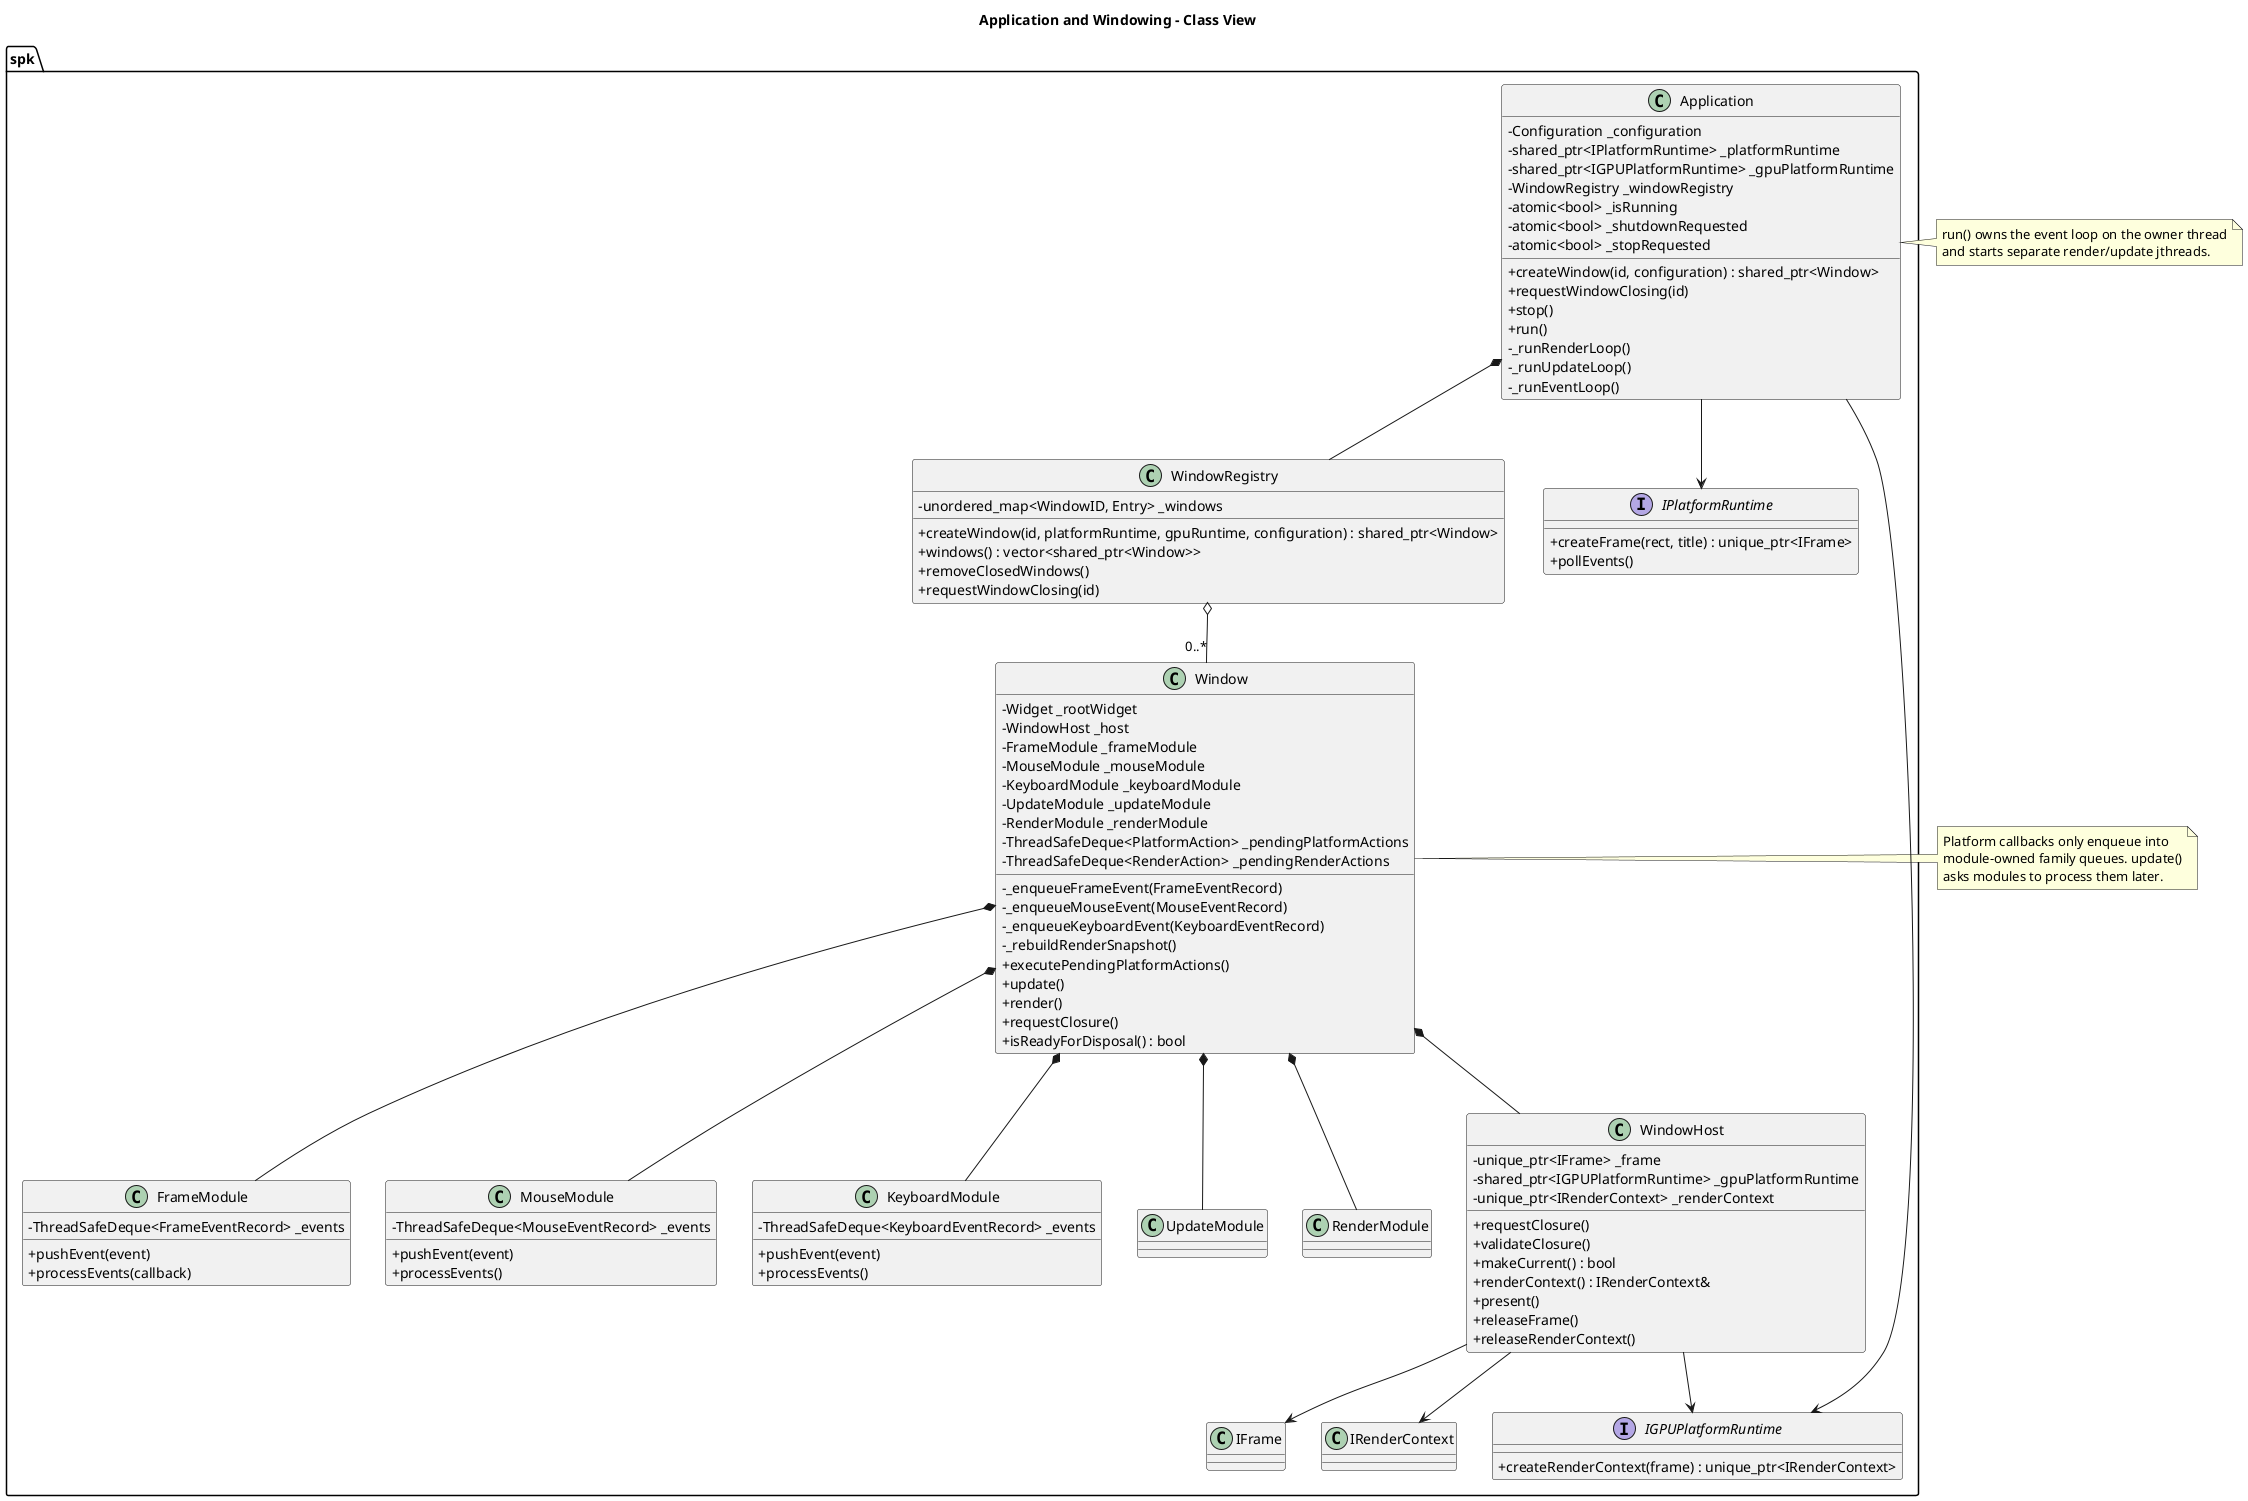
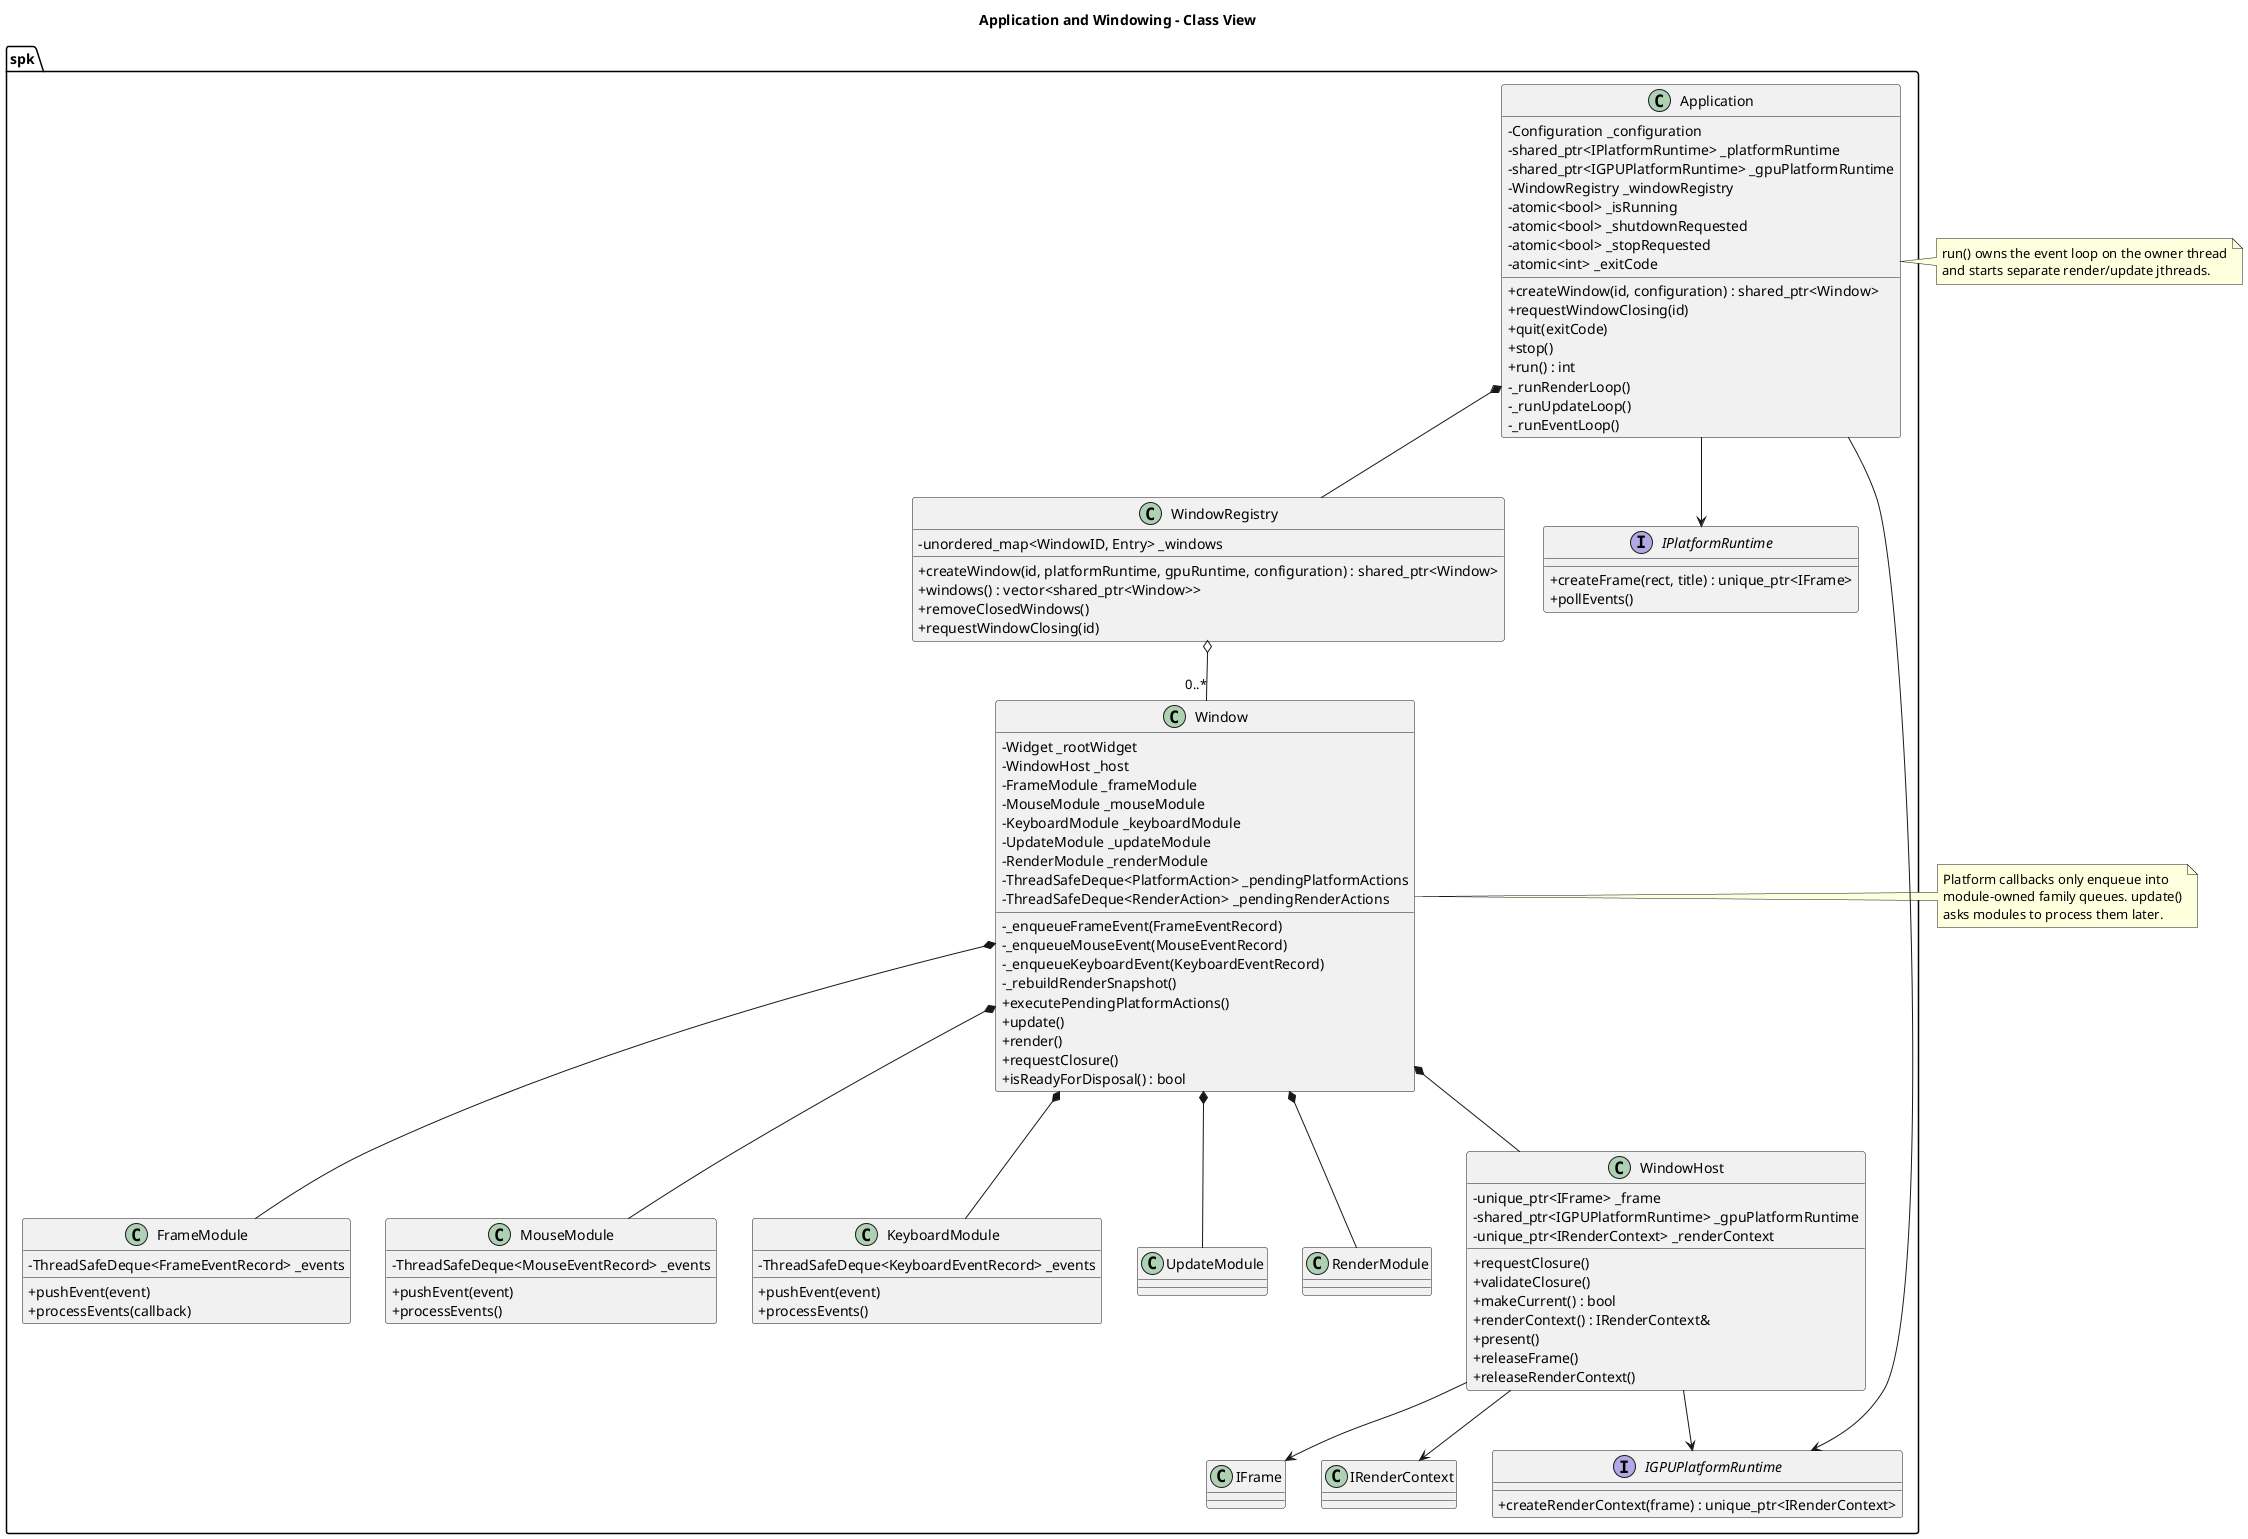
@startuml
title Application and Windowing - Class View

skinparam classAttributeIconSize 0

namespace spk {
	class Application {
		- Configuration _configuration
		- shared_ptr<IPlatformRuntime> _platformRuntime
		- shared_ptr<IGPUPlatformRuntime> _gpuPlatformRuntime
		- WindowRegistry _windowRegistry
		- atomic<bool> _isRunning
		- atomic<bool> _shutdownRequested
		- atomic<bool> _stopRequested
+ 		- atomic<int> _exitCode
		+ createWindow(id, configuration) : shared_ptr<Window>
		+ requestWindowClosing(id)
+ 		+ quit(exitCode)
		+ stop()
- 		+ run()
+ 		+ run() : int
		- _runRenderLoop()
		- _runUpdateLoop()
		- _runEventLoop()
	}

	class WindowRegistry {
		- unordered_map<WindowID, Entry> _windows
		+ createWindow(id, platformRuntime, gpuRuntime, configuration) : shared_ptr<Window>
		+ windows() : vector<shared_ptr<Window>>
		+ removeClosedWindows()
		+ requestWindowClosing(id)
	}

	class Window {
		- Widget _rootWidget
		- WindowHost _host
		- FrameModule _frameModule
		- MouseModule _mouseModule
		- KeyboardModule _keyboardModule
		- UpdateModule _updateModule
		- RenderModule _renderModule
		- ThreadSafeDeque<PlatformAction> _pendingPlatformActions
		- ThreadSafeDeque<RenderAction> _pendingRenderActions
		- _enqueueFrameEvent(FrameEventRecord)
		- _enqueueMouseEvent(MouseEventRecord)
		- _enqueueKeyboardEvent(KeyboardEventRecord)
		- _rebuildRenderSnapshot()
		+ executePendingPlatformActions()
		+ update()
		+ render()
		+ requestClosure()
		+ isReadyForDisposal() : bool
	}

	class WindowHost {
		- unique_ptr<IFrame> _frame
		- shared_ptr<IGPUPlatformRuntime> _gpuPlatformRuntime
		- unique_ptr<IRenderContext> _renderContext
		+ requestClosure()
		+ validateClosure()
		+ makeCurrent() : bool
		+ renderContext() : IRenderContext&
		+ present()
		+ releaseFrame()
		+ releaseRenderContext()
	}

	class FrameModule {
		- ThreadSafeDeque<FrameEventRecord> _events
		+ pushEvent(event)
		+ processEvents(callback)
	}

	class MouseModule {
		- ThreadSafeDeque<MouseEventRecord> _events
		+ pushEvent(event)
		+ processEvents()
	}

	class KeyboardModule {
		- ThreadSafeDeque<KeyboardEventRecord> _events
		+ pushEvent(event)
		+ processEvents()
	}

	interface IPlatformRuntime {
		+ createFrame(rect, title) : unique_ptr<IFrame>
		+ pollEvents()
	}

	interface IGPUPlatformRuntime {
		+ createRenderContext(frame) : unique_ptr<IRenderContext>
	}
}

spk.Application *-- spk.WindowRegistry
spk.Application --> spk.IPlatformRuntime
spk.Application --> spk.IGPUPlatformRuntime
spk.WindowRegistry o-- "0..*" spk.Window
spk.Window *-- spk.WindowHost
spk.Window *-- spk.FrameModule
spk.Window *-- spk.MouseModule
spk.Window *-- spk.KeyboardModule
spk.Window *-- spk.UpdateModule
spk.Window *-- spk.RenderModule
spk.WindowHost --> spk.IFrame
spk.WindowHost --> spk.IGPUPlatformRuntime
spk.WindowHost --> spk.IRenderContext

note right of spk.Application
run() owns the event loop on the owner thread
and starts separate render/update jthreads.
end note

note right of spk.Window
Platform callbacks only enqueue into
module-owned family queues. update()
asks modules to process them later.
end note

@enduml
